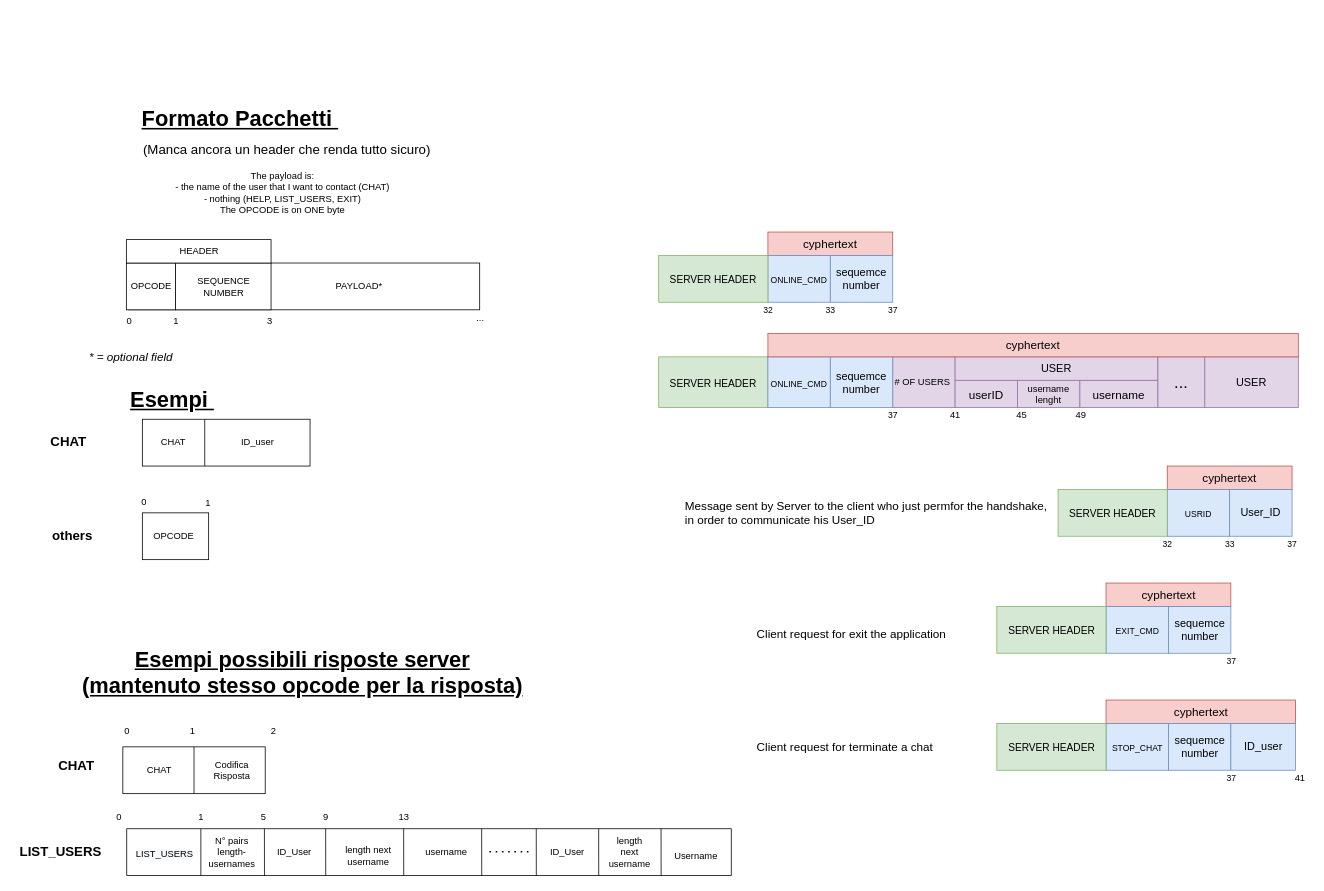
gerti98/secureCom keeps this draw.io diagram as page "Pagina-1" (1 of 4) of schema/MsgScheme.drawio. Above is the earlier version. Source tidied: cells renumbered, new cells numbered last; positions are measured from the earlier drawing's top-left corner, leaving out a move shared by most shapes. Both pictures are drawn from the tidied source at 78%, with x=0, y=0 at pixel (13, 107).
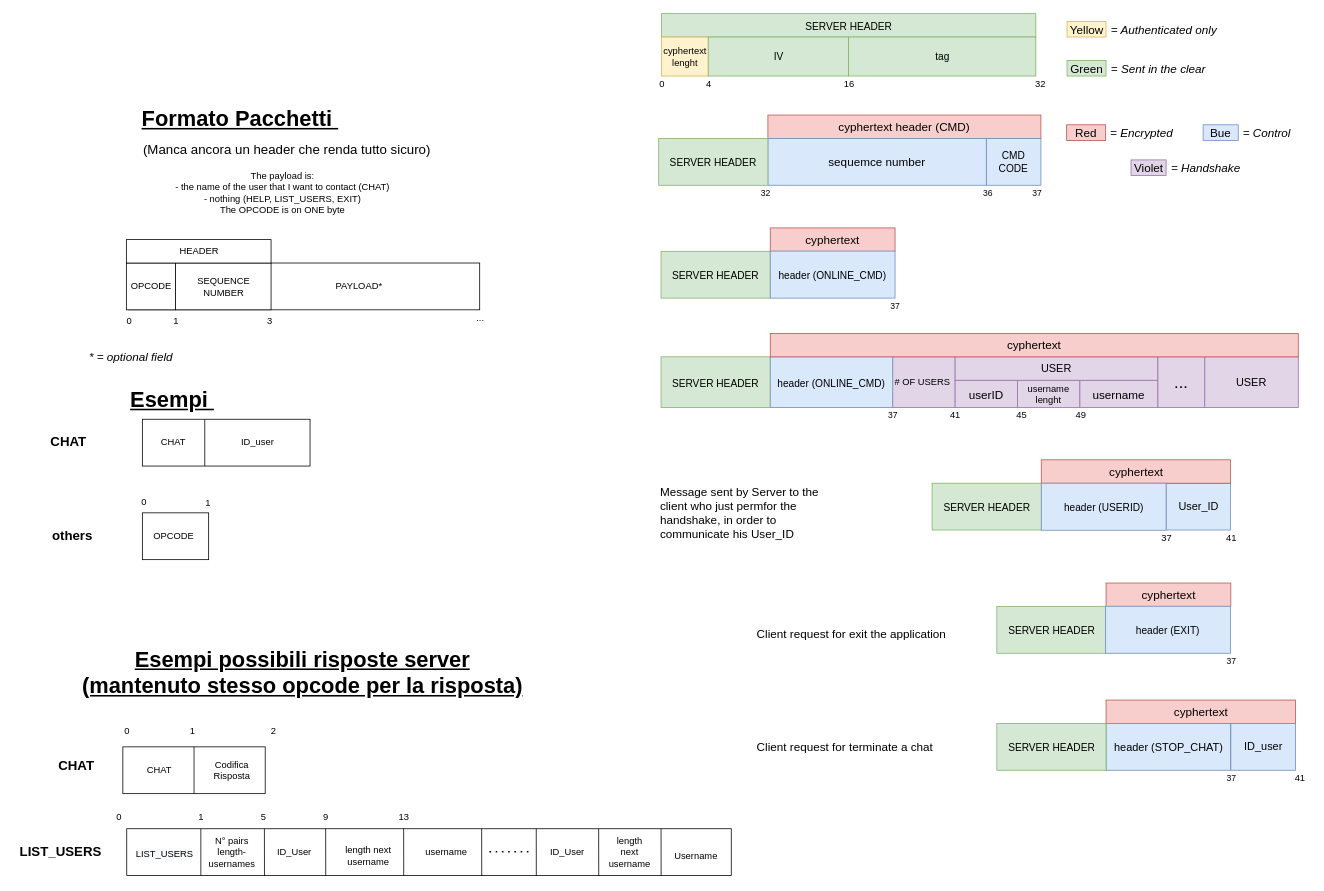
The same page after the edit.

What changed in the source:
```diff
@@
-    <mxCell id="70" value="cyphertext" style="rounded=0;whiteSpace=wrap;html=1;fillColor=#f8cecc;strokeColor=#b85450;fontSize=15;" parent="1" vertex="1">
-      <mxGeometry x="967" y="160" width="160" height="30" as="geometry" />
+    <mxCell id="70" value="cyphertext header (CMD)" style="rounded=0;whiteSpace=wrap;html=1;fillColor=#f8cecc;strokeColor=#b85450;fontSize=15;" parent="1" vertex="1">
+      <mxGeometry x="967" y="10" width="350" height="30" as="geometry" />
     </mxCell>
-    <mxCell id="71" value="&lt;font style=&quot;font-size: 11px&quot;&gt;ONLINE_CMD&lt;/font&gt;" style="rounded=0;whiteSpace=wrap;html=1;fillColor=#dae8fc;strokeColor=#6c8ebf;fontSize=15;" parent="1" vertex="1">
-      <mxGeometry x="967" y="190" width="80" height="60" as="geometry" />
+    <mxCell id="71" value="&lt;span style=&quot;font-size: 13px;&quot;&gt;CMD CODE&lt;/span&gt;" style="rounded=0;whiteSpace=wrap;html=1;fillColor=#dae8fc;strokeColor=#6c8ebf;fontSize=13;" parent="1" vertex="1">
+      <mxGeometry x="1247" y="40" width="70" height="60" as="geometry" />
     </mxCell>
-    <mxCell id="72" value="sequemce number" style="rounded=0;whiteSpace=wrap;html=1;fillColor=#dae8fc;strokeColor=#6c8ebf;fontSize=14;" parent="1" vertex="1">
-      <mxGeometry x="1047" y="190" width="80" height="60" as="geometry" />
+    <mxCell id="72" value="&lt;font style=&quot;font-size: 15px&quot;&gt;sequemce number&lt;/font&gt;" style="rounded=0;whiteSpace=wrap;html=1;fillColor=#dae8fc;strokeColor=#6c8ebf;fontSize=13;" parent="1" vertex="1">
+      <mxGeometry x="967" y="40" width="280" height="60" as="geometry" />
     </mxCell>
-    <mxCell id="73" value="&lt;span style=&quot;font-size: 13px&quot;&gt;SERVER HEADER&lt;/span&gt;" style="rounded=0;whiteSpace=wrap;html=1;fillColor=#d5e8d4;strokeColor=#82b366;fontSize=15;" parent="1" vertex="1">
-      <mxGeometry x="827" y="190" width="140" height="60" as="geometry" />
-    </mxCell>
@@
     <mxCell id="75" value="&lt;span style=&quot;font-size: 13px&quot;&gt;SERVER HEADER&lt;/span&gt;" style="rounded=0;whiteSpace=wrap;html=1;fillColor=#d5e8d4;strokeColor=#82b366;fontSize=15;" parent="1" vertex="1">
-      <mxGeometry x="827" y="320" width="140" height="65" as="geometry" />
+      <mxGeometry x="830" y="320" width="140" height="65" as="geometry" />
     </mxCell>
-    <mxCell id="76" value="&lt;font style=&quot;font-size: 11px&quot;&gt;ONLINE_CMD&lt;/font&gt;" style="rounded=0;whiteSpace=wrap;html=1;fillColor=#dae8fc;strokeColor=#6c8ebf;fontSize=15;" parent="1" vertex="1">
-      <mxGeometry x="967" y="320" width="80" height="65" as="geometry" />
+    <mxCell id="76" value="&lt;font style=&quot;font-size: 13px&quot;&gt;header (ONLINE_CMD&lt;/font&gt;&lt;font style=&quot;font-size: 13px&quot;&gt;)&lt;/font&gt;" style="rounded=0;whiteSpace=wrap;html=1;fillColor=#dae8fc;strokeColor=#6c8ebf;fontSize=15;" parent="1" vertex="1">
+      <mxGeometry x="970" y="320" width="157" height="65" as="geometry" />
     </mxCell>
-    <mxCell id="77" value="sequemce number" style="rounded=0;whiteSpace=wrap;html=1;fillColor=#dae8fc;strokeColor=#6c8ebf;fontSize=14;" parent="1" vertex="1">
-      <mxGeometry x="1047" y="320" width="80" height="65" as="geometry" />
-    </mxCell>
     <mxCell id="78" value="cyphertext" style="rounded=0;whiteSpace=wrap;html=1;fillColor=#f8cecc;strokeColor=#b85450;fontSize=15;" parent="1" vertex="1">
-      <mxGeometry x="967" y="290" width="680" height="30" as="geometry" />
+      <mxGeometry x="970" y="290" width="677" height="30" as="geometry" />
     </mxCell>
@@
-    <mxCell id="80" value="&lt;font style=&quot;font-size: 11px&quot;&gt;EXIT_CMD&lt;/font&gt;" style="rounded=0;whiteSpace=wrap;html=1;fillColor=#dae8fc;strokeColor=#6c8ebf;fontSize=15;" parent="1" vertex="1">
-      <mxGeometry x="1400.5" y="640" width="80" height="60" as="geometry" />
-    </mxCell>
-    <mxCell id="81" value="sequemce number" style="rounded=0;whiteSpace=wrap;html=1;fillColor=#dae8fc;strokeColor=#6c8ebf;fontSize=14;" parent="1" vertex="1">
-      <mxGeometry x="1480.5" y="640" width="80" height="60" as="geometry" />
-    </mxCell>
@@
-    <mxCell id="85" value="&lt;span style=&quot;font-size: 11px&quot;&gt;STOP_CHAT&lt;/span&gt;" style="rounded=0;whiteSpace=wrap;html=1;fillColor=#dae8fc;strokeColor=#6c8ebf;fontSize=15;" parent="1" vertex="1">
-      <mxGeometry x="1400.5" y="790" width="80" height="60" as="geometry" />
+    <mxCell id="85" value="&lt;font style=&quot;font-size: 14px&quot;&gt;&lt;font style=&quot;font-size: 14px&quot;&gt;header&amp;nbsp;&lt;/font&gt;(STOP_CHAT)&lt;/font&gt;" style="rounded=0;whiteSpace=wrap;html=1;fillColor=#dae8fc;strokeColor=#6c8ebf;fontSize=15;" parent="1" vertex="1">
+      <mxGeometry x="1400.5" y="790" width="159.5" height="60" as="geometry" />
     </mxCell>
-    <mxCell id="86" value="sequemce number" style="rounded=0;whiteSpace=wrap;html=1;fillColor=#dae8fc;strokeColor=#6c8ebf;fontSize=14;" parent="1" vertex="1">
-      <mxGeometry x="1480.5" y="790" width="80" height="60" as="geometry" />
-    </mxCell>
@@
-    <mxCell id="89" value="cyphertext" style="rounded=0;whiteSpace=wrap;html=1;fillColor=#f8cecc;strokeColor=#b85450;fontSize=15;" parent="1" vertex="1">
-      <mxGeometry x="1479" y="460" width="160" height="30" as="geometry" />
-    </mxCell>
-    <mxCell id="90" value="&lt;font style=&quot;font-size: 11px&quot;&gt;USRID&lt;/font&gt;" style="rounded=0;whiteSpace=wrap;html=1;fillColor=#dae8fc;strokeColor=#6c8ebf;fontSize=15;" parent="1" vertex="1">
-      <mxGeometry x="1479" y="490" width="80" height="60" as="geometry" />
-    </mxCell>
     <mxCell id="91" value="User_ID" style="rounded=0;whiteSpace=wrap;html=1;fillColor=#dae8fc;strokeColor=#6c8ebf;fontSize=14;" parent="1" vertex="1">
-      <mxGeometry x="1559" y="490" width="80" height="60" as="geometry" />
+      <mxGeometry x="1477.5" y="482" width="82.5" height="60" as="geometry" />
     </mxCell>
     <mxCell id="92" value="&lt;span style=&quot;font-size: 13px&quot;&gt;SERVER HEADER&lt;/span&gt;" style="rounded=0;whiteSpace=wrap;html=1;fillColor=#d5e8d4;strokeColor=#82b366;fontSize=15;" parent="1" vertex="1">
-      <mxGeometry x="1339" y="490" width="140" height="60" as="geometry" />
+      <mxGeometry x="1177.5" y="482" width="140" height="60" as="geometry" />
     </mxCell>
-    <mxCell id="93" value="32" style="text;html=1;align=center;verticalAlign=middle;fontSize=11;" parent="1" vertex="1">
-      <mxGeometry x="1464" y="550" width="30" height="20" as="geometry" />
-    </mxCell>
-    <mxCell id="94" value="33" style="text;html=1;align=center;verticalAlign=middle;fontSize=11;" parent="1" vertex="1">
-      <mxGeometry x="1544" y="550" width="30" height="20" as="geometry" />
-    </mxCell>
-    <mxCell id="95" value="37" style="text;html=1;align=center;verticalAlign=middle;fontSize=11;" parent="1" vertex="1">
-      <mxGeometry x="1624" y="550" width="30" height="20" as="geometry" />
+    <mxCell id="95" value="37" style="text;html=1;align=center;verticalAlign=middle;fontSize=12;" parent="1" vertex="1">
+      <mxGeometry x="1462.5" y="542" width="30" height="20" as="geometry" />
     </mxCell>
     <mxCell id="96" value="32" style="text;html=1;align=center;verticalAlign=middle;fontSize=11;" parent="1" vertex="1">
-      <mxGeometry x="952" y="250" width="30" height="20" as="geometry" />
+      <mxGeometry x="949" y="100" width="30" height="20" as="geometry" />
     </mxCell>
-    <mxCell id="97" value="33" style="text;html=1;align=center;verticalAlign=middle;fontSize=11;" parent="1" vertex="1">
-      <mxGeometry x="1032" y="250" width="30" height="20" as="geometry" />
+    <mxCell id="97" value="37" style="text;html=1;align=center;verticalAlign=middle;fontSize=11;" parent="1" vertex="1">
+      <mxGeometry x="1297" y="100" width="30" height="20" as="geometry" />
     </mxCell>
-    <mxCell id="98" value="37" style="text;html=1;align=center;verticalAlign=middle;fontSize=11;" parent="1" vertex="1">
-      <mxGeometry x="1112" y="250" width="30" height="20" as="geometry" />
+    <mxCell id="98" value="36" style="text;html=1;align=center;verticalAlign=middle;fontSize=11;" parent="1" vertex="1">
+      <mxGeometry x="1234" y="100" width="30" height="20" as="geometry" />
     </mxCell>
@@
     <mxCell id="101" value="&lt;span style=&quot;font-size: 15px;&quot;&gt;&lt;font style=&quot;font-size: 15px;&quot;&gt;Message sent by Server to the client who just permfor the handshake, in order to communicate his User_ID&lt;/font&gt;&lt;/span&gt;" style="text;html=1;strokeColor=none;fillColor=none;align=left;verticalAlign=middle;whiteSpace=wrap;rounded=0;fontSize=15;" parent="1" vertex="1">
-      <mxGeometry x="859" y="485" width="473" height="70" as="geometry" />
+      <mxGeometry x="827" y="485" width="231" height="70" as="geometry" />
     </mxCell>
@@
+    <mxCell id="104" value="&lt;span style=&quot;font-size: 13px&quot;&gt;SERVER HEADER&lt;/span&gt;" style="rounded=0;whiteSpace=wrap;html=1;fillColor=#d5e8d4;strokeColor=#82b366;fontSize=15;" parent="1" vertex="1">
+      <mxGeometry x="827" y="40" width="140" height="60" as="geometry" />
+    </mxCell>
+    <mxCell id="105" value="cyphertext" style="rounded=0;whiteSpace=wrap;html=1;fillColor=#f8cecc;strokeColor=#b85450;fontSize=15;" parent="1" vertex="1">
+      <mxGeometry x="970" y="154.7" width="160" height="30" as="geometry" />
+    </mxCell>
+    <mxCell id="106" value="&lt;span style=&quot;font-size: 13px&quot;&gt;SERVER HEADER&lt;/span&gt;" style="rounded=0;whiteSpace=wrap;html=1;fillColor=#d5e8d4;strokeColor=#82b366;fontSize=15;" parent="1" vertex="1">
+      <mxGeometry x="830" y="184.7" width="140" height="60" as="geometry" />
+    </mxCell>
+    <mxCell id="107" value="37" style="text;html=1;align=center;verticalAlign=middle;fontSize=11;" parent="1" vertex="1">
+      <mxGeometry x="1115" y="244.7" width="30" height="20" as="geometry" />
+    </mxCell>
+    <mxCell id="108" value="&lt;font style=&quot;font-size: 13px&quot;&gt;&lt;font style=&quot;font-size: 13px&quot;&gt;header (ONLINE_CMD&lt;/font&gt;&lt;font style=&quot;font-size: 13px&quot;&gt;)&lt;/font&gt;&lt;/font&gt;" style="rounded=0;whiteSpace=wrap;html=1;fillColor=#dae8fc;strokeColor=#6c8ebf;fontSize=15;" parent="1" vertex="1">
+      <mxGeometry x="970" y="184.4" width="160" height="60.3" as="geometry" />
+    </mxCell>
+    <mxCell id="109" value="cyphertext" style="rounded=0;whiteSpace=wrap;html=1;fillColor=#f8cecc;strokeColor=#b85450;fontSize=15;" parent="1" vertex="1">
+      <mxGeometry x="1317.5" y="452" width="242.5" height="30" as="geometry" />
+    </mxCell>
+    <mxCell id="110" value="&lt;font style=&quot;font-size: 13px&quot;&gt;&lt;font style=&quot;font-size: 13px&quot;&gt;header (USERID&lt;/font&gt;&lt;font style=&quot;font-size: 13px&quot;&gt;)&lt;/font&gt;&lt;/font&gt;" style="rounded=0;whiteSpace=wrap;html=1;fillColor=#dae8fc;strokeColor=#6c8ebf;fontSize=15;" parent="1" vertex="1">
+      <mxGeometry x="1317.5" y="482" width="160" height="60.3" as="geometry" />
+    </mxCell>
+    <mxCell id="111" value="41" style="text;html=1;align=center;verticalAlign=middle;" parent="1" vertex="1">
+      <mxGeometry x="1545.5" y="542.3" width="30" height="20" as="geometry" />
+    </mxCell>
+    <mxCell id="112" value="&lt;font style=&quot;font-size: 13px&quot;&gt;&lt;font style=&quot;font-size: 13px&quot;&gt;header (EXIT&lt;/font&gt;&lt;font style=&quot;font-size: 13px&quot;&gt;)&lt;/font&gt;&lt;/font&gt;" style="rounded=0;whiteSpace=wrap;html=1;fillColor=#dae8fc;strokeColor=#6c8ebf;fontSize=15;" parent="1" vertex="1">
+      <mxGeometry x="1400" y="639.7" width="160" height="60.3" as="geometry" />
+    </mxCell>
+    <mxCell id="113" value="&lt;span style=&quot;font-size: 13px&quot;&gt;SERVER HEADER&lt;/span&gt;" style="rounded=0;whiteSpace=wrap;html=1;fillColor=#d5e8d4;strokeColor=#82b366;fontSize=15;" parent="1" vertex="1">
+      <mxGeometry x="830.5" y="-120" width="480" height="30" as="geometry" />
+    </mxCell>
+    <mxCell id="114" value="Yellow" style="text;html=1;strokeColor=#d6b656;fillColor=#fff2cc;align=center;verticalAlign=middle;whiteSpace=wrap;rounded=0;fontSize=15;" parent="1" vertex="1">
+      <mxGeometry x="1350.5" y="-110" width="50" height="20" as="geometry" />
+    </mxCell>
+    <mxCell id="115" value="&amp;nbsp;= Authenticated only" style="text;html=1;strokeColor=none;fillColor=none;align=left;verticalAlign=middle;whiteSpace=wrap;rounded=0;fontSize=15;fontStyle=2;spacingRight=4;perimeterSpacing=4;" parent="1" vertex="1">
+      <mxGeometry x="1400.5" y="-110" width="160" height="20" as="geometry" />
+    </mxCell>
+    <mxCell id="116" value="Green" style="text;html=1;strokeColor=#82b366;fillColor=#d5e8d4;align=center;verticalAlign=middle;whiteSpace=wrap;rounded=0;fontSize=15;" parent="1" vertex="1">
+      <mxGeometry x="1350.5" y="-60" width="50" height="20" as="geometry" />
+    </mxCell>
+    <mxCell id="117" value="&amp;nbsp;= Sent in the clear" style="text;html=1;strokeColor=none;fillColor=none;align=left;verticalAlign=middle;whiteSpace=wrap;rounded=0;fontSize=15;fontStyle=2;" parent="1" vertex="1">
+      <mxGeometry x="1400.5" y="-60" width="140" height="20" as="geometry" />
+    </mxCell>
+    <mxCell id="93" value="32" style="text;html=1;align=center;verticalAlign=middle;" parent="1" vertex="1">
+      <mxGeometry x="1300.5" y="-40" width="30" height="20" as="geometry" />
+    </mxCell>
+    <mxCell id="118" value="&lt;font style=&quot;font-size: 12px&quot;&gt;cyphertext lenght&lt;/font&gt;" style="rounded=0;whiteSpace=wrap;html=1;fillColor=#fff2cc;strokeColor=#d6b656;fontSize=13;" parent="1" vertex="1">
+      <mxGeometry x="830.5" y="-90" width="60" height="50" as="geometry" />
+    </mxCell>
+    <mxCell id="119" value="IV" style="rounded=0;whiteSpace=wrap;html=1;fillColor=#d5e8d4;strokeColor=#82b366;fontSize=13;" parent="1" vertex="1">
+      <mxGeometry x="890.5" y="-90" width="180" height="50" as="geometry" />
+    </mxCell>
+    <mxCell id="120" value="tag" style="rounded=0;whiteSpace=wrap;html=1;fillColor=#d5e8d4;strokeColor=#82b366;fontSize=13;" parent="1" vertex="1">
+      <mxGeometry x="1070.5" y="-90" width="240" height="50" as="geometry" />
+    </mxCell>
+    <mxCell id="121" value="0" style="text;html=1;align=center;verticalAlign=middle;" parent="1" vertex="1">
+      <mxGeometry x="820.5" y="-40" width="20" height="20" as="geometry" />
+    </mxCell>
+    <mxCell id="122" value="4" style="text;html=1;align=center;verticalAlign=middle;" parent="1" vertex="1">
+      <mxGeometry x="880.5" y="-40" width="20" height="20" as="geometry" />
+    </mxCell>
+    <mxCell id="123" value="16" style="text;html=1;align=center;verticalAlign=middle;" parent="1" vertex="1">
+      <mxGeometry x="1055.5" y="-40" width="30" height="20" as="geometry" />
+    </mxCell>
+    <mxCell id="124" value="Bue" style="text;html=1;strokeColor=#6c8ebf;fillColor=#dae8fc;align=center;verticalAlign=middle;whiteSpace=wrap;rounded=0;fontSize=15;" parent="1" vertex="1">
+      <mxGeometry x="1525" y="22.5" width="45" height="20" as="geometry" />
+    </mxCell>
+    <mxCell id="125" value="&amp;nbsp;= Control" style="text;html=1;strokeColor=none;fillColor=none;align=left;verticalAlign=middle;whiteSpace=wrap;rounded=0;fontSize=15;fontStyle=2;" parent="1" vertex="1">
+      <mxGeometry x="1570" y="22.5" width="70" height="20" as="geometry" />
+    </mxCell>
+    <mxCell id="126" value="Violet" style="text;html=1;strokeColor=#9673a6;fillColor=#e1d5e7;align=center;verticalAlign=middle;whiteSpace=wrap;rounded=0;fontSize=15;" parent="1" vertex="1">
+      <mxGeometry x="1432.5" y="67.5" width="45" height="20" as="geometry" />
+    </mxCell>
+    <mxCell id="127" value="&amp;nbsp;= Encrypted" style="text;html=1;strokeColor=none;fillColor=none;align=left;verticalAlign=middle;whiteSpace=wrap;rounded=0;fontSize=15;fontStyle=2;" parent="1" vertex="1">
+      <mxGeometry x="1400" y="22.5" width="110" height="20" as="geometry" />
+    </mxCell>
+    <mxCell id="128" value="Red" style="text;html=1;strokeColor=#b85450;fillColor=#f8cecc;align=center;verticalAlign=middle;whiteSpace=wrap;rounded=0;fontSize=15;" parent="1" vertex="1">
+      <mxGeometry x="1350" y="22.5" width="50" height="20" as="geometry" />
+    </mxCell>
+    <mxCell id="129" value="&amp;nbsp;= Handshake" style="text;html=1;strokeColor=none;fillColor=none;align=left;verticalAlign=middle;whiteSpace=wrap;rounded=0;fontSize=15;fontStyle=2;" parent="1" vertex="1">
+      <mxGeometry x="1477.5" y="67.5" width="110" height="20" as="geometry" />
+    </mxCell>
```
